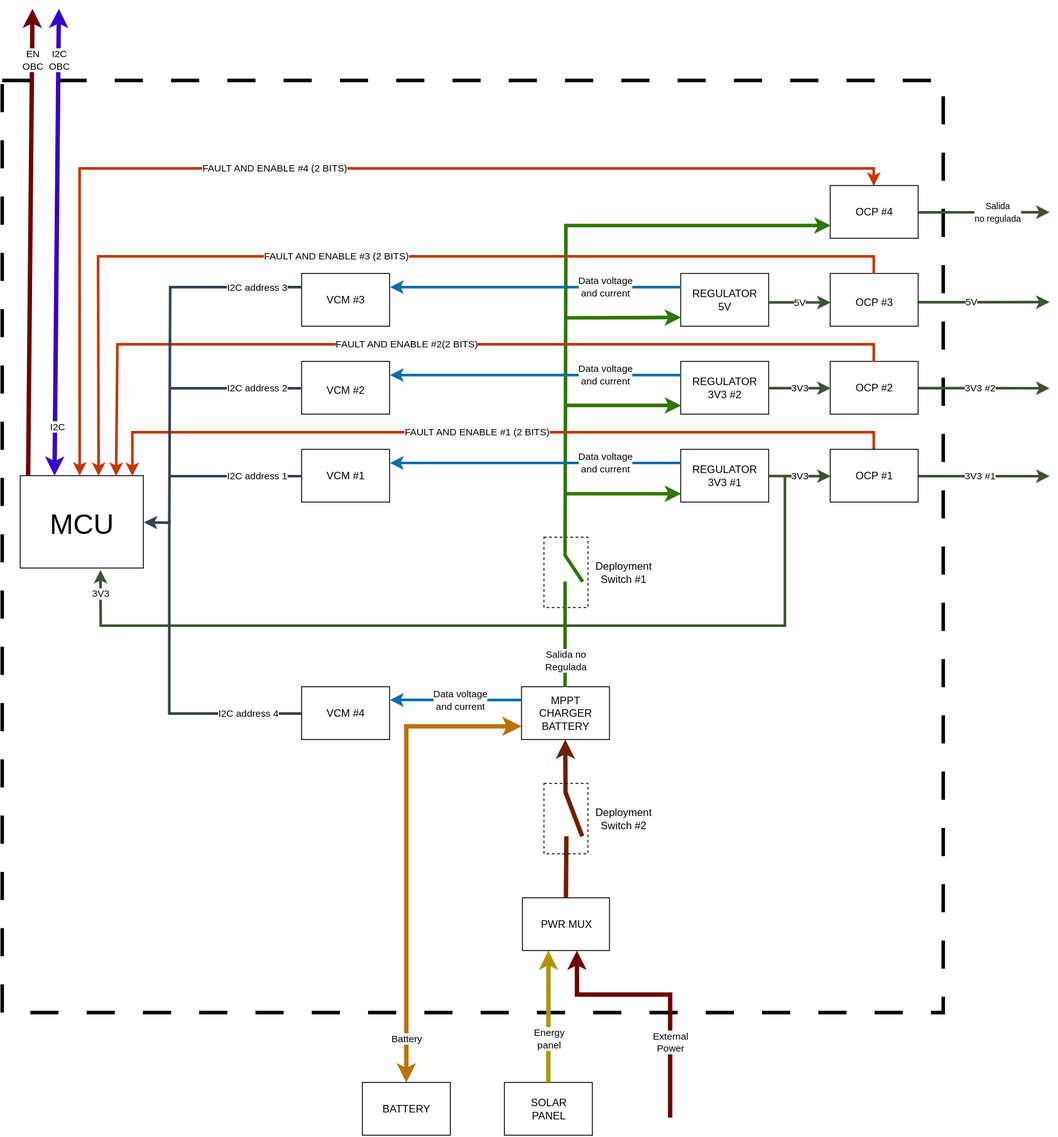
Before: diagrama.svg, a diagram exported from draw.io (TobiasDecoud/Electrical-Power-System). Source tidied: cells renumbered, new cells last; positions are measured from the earlier drawing's top-left corner, leaving out a move shared by most shapes.
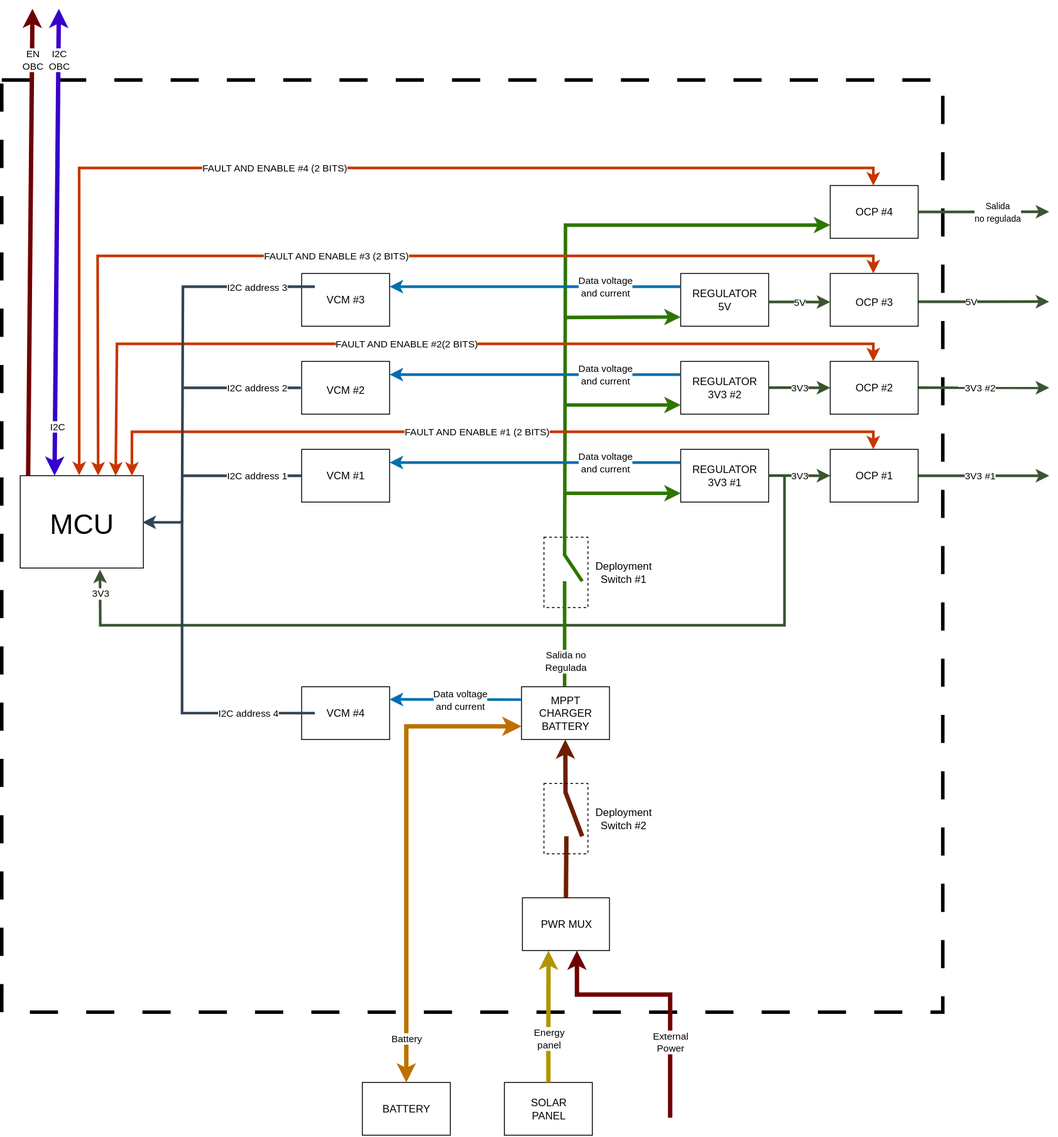
Above is the later version.

Diff of the diagram source:
```diff
@@ -196,7 +196,7 @@
         <mxPoint x="79" as="offset" />
       </mxGeometry>
     </mxCell>
-    <mxCell id="53" style="endArrow=classic;html=1;rounded=0;fillColor=#fa6800;strokeColor=#C73500;strokeWidth=3;exitX=0.5;exitY=0;exitDx=0;exitDy=0;entryX=0.633;entryY=-0.002;entryDx=0;entryDy=0;entryPerimeter=0;" parent="1" edge="1" target="8">
+    <mxCell id="53" style="endArrow=classic;html=1;rounded=0;fillColor=#fa6800;strokeColor=#C73500;strokeWidth=3;exitX=0.5;exitY=0;exitDx=0;exitDy=0;entryX=0.633;entryY=-0.002;entryDx=0;entryDy=0;entryPerimeter=0;startArrow=classic;startFill=1;" parent="1" edge="1" target="8">
       <mxGeometry relative="1" as="geometry">
         <mxPoint x="991" y="301" as="sourcePoint" />
         <Array as="points">
@@ -224,7 +224,7 @@
         <mxPoint x="-65" as="offset" />
       </mxGeometry>
     </mxCell>
-    <mxCell id="57" style="endArrow=classic;html=1;rounded=0;fillColor=#fa6800;strokeColor=#C73500;strokeWidth=3;exitX=0.5;exitY=0;exitDx=0;exitDy=0;entryX=0.775;entryY=-0.001;entryDx=0;entryDy=0;entryPerimeter=0;" parent="1" edge="1" target="8">
+    <mxCell id="57" style="endArrow=classic;html=1;rounded=0;fillColor=#fa6800;strokeColor=#C73500;strokeWidth=3;exitX=0.5;exitY=0;exitDx=0;exitDy=0;entryX=0.775;entryY=-0.001;entryDx=0;entryDy=0;entryPerimeter=0;startArrow=classic;startFill=1;" parent="1" edge="1" target="8">
       <mxGeometry relative="1" as="geometry">
         <mxPoint x="991" y="401" as="sourcePoint" />
         <Array as="points">
@@ -238,7 +238,7 @@
         <mxPoint x="-36" as="offset" />
       </mxGeometry>
     </mxCell>
-    <mxCell id="59" style="endArrow=classic;html=1;rounded=0;fillColor=#fa6800;strokeColor=#C73500;strokeWidth=3;exitX=0.5;exitY=0;exitDx=0;exitDy=0;entryX=0.907;entryY=-0.001;entryDx=0;entryDy=0;entryPerimeter=0;" parent="1" edge="1" target="8">
+    <mxCell id="59" style="endArrow=classic;html=1;rounded=0;fillColor=#fa6800;strokeColor=#C73500;strokeWidth=3;exitX=0.5;exitY=0;exitDx=0;exitDy=0;entryX=0.907;entryY=-0.001;entryDx=0;entryDy=0;entryPerimeter=0;startArrow=classic;startFill=1;" parent="1" edge="1" target="8">
       <mxGeometry relative="1" as="geometry">
         <mxPoint x="991" y="501" as="sourcePoint" />
         <Array as="points">
@@ -263,17 +263,19 @@
         <mxPoint x="5" as="offset" />
       </mxGeometry>
     </mxCell>
-    <mxCell id="63" style="endArrow=classic;html=1;rounded=0;fillColor=#647687;strokeColor=#314354;strokeWidth=3;exitX=0;exitY=0.25;exitDx=0;exitDy=0;entryX=1;entryY=0.5;entryDx=0;entryDy=0;" parent="1" edge="1" source="31" target="8">
+    <mxCell id="63" style="endArrow=classic;html=1;rounded=0;fillColor=#647687;strokeColor=#314354;strokeWidth=3;exitX=0;exitY=0.25;exitDx=0;exitDy=0;" parent="1" edge="1">
       <mxGeometry relative="1" as="geometry">
+        <mxPoint x="356" y="316" as="sourcePoint" />
+        <mxPoint x="160" y="584" as="targetPoint" />
         <Array as="points">
-          <mxPoint x="191" y="316" />
-          <mxPoint x="190" y="584" />
+          <mxPoint x="206" y="316" />
+          <mxPoint x="205" y="584" />
         </Array>
       </mxGeometry>
     </mxCell>
     <mxCell id="64" value="I2C address 3" style="edgeLabel;html=1;align=center;verticalAlign=middle;" parent="63" vertex="1">
       <mxGeometry relative="1" as="geometry">
-        <mxPoint x="99" y="-73" as="offset" />
+        <mxPoint x="84" y="-81" as="offset" />
       </mxGeometry>
     </mxCell>
     <mxCell id="65" style="endArrow=classic;html=1;rounded=0;exitX=0.5;exitY=0;exitDx=0;exitDy=0;strokeWidth=5;fillColor=#e3c800;strokeColor=#B09500;" parent="1" edge="1" source="35">
@@ -388,21 +390,22 @@
     </mxCell>
     <mxCell id="86" style="endArrow=none;html=1;rounded=0;strokeWidth=3;fillColor=#647687;strokeColor=#314354;" parent="1" edge="1">
       <mxGeometry relative="1" as="geometry">
-        <mxPoint x="190" y="431" as="sourcePoint" />
+        <mxPoint x="205" y="431" as="sourcePoint" />
         <mxPoint x="340" y="431" as="targetPoint" />
       </mxGeometry>
     </mxCell>
     <mxCell id="87" style="endArrow=none;html=1;rounded=0;strokeWidth=3;fillColor=#647687;strokeColor=#314354;" parent="1" edge="1">
       <mxGeometry relative="1" as="geometry">
-        <mxPoint x="191" y="531" as="sourcePoint" />
+        <mxPoint x="205" y="531" as="sourcePoint" />
         <mxPoint x="341" y="531" as="targetPoint" />
       </mxGeometry>
     </mxCell>
-    <mxCell id="88" style="endArrow=none;html=1;rounded=0;strokeWidth=3;fillColor=#647687;strokeColor=#314354;entryX=0;entryY=0.5;entryDx=0;entryDy=0;" parent="1" edge="1" target="33">
+    <mxCell id="88" style="endArrow=none;html=1;rounded=0;strokeWidth=3;fillColor=#647687;strokeColor=#314354;entryX=0;entryY=0.5;entryDx=0;entryDy=0;" parent="1" edge="1">
       <mxGeometry relative="1" as="geometry">
-        <mxPoint x="190" y="581" as="sourcePoint" />
+        <mxPoint x="205" y="581" as="sourcePoint" />
+        <mxPoint x="356" y="801" as="targetPoint" />
         <Array as="points">
-          <mxPoint x="190" y="801" />
+          <mxPoint x="205" y="801" />
         </Array>
       </mxGeometry>
     </mxCell>
```
